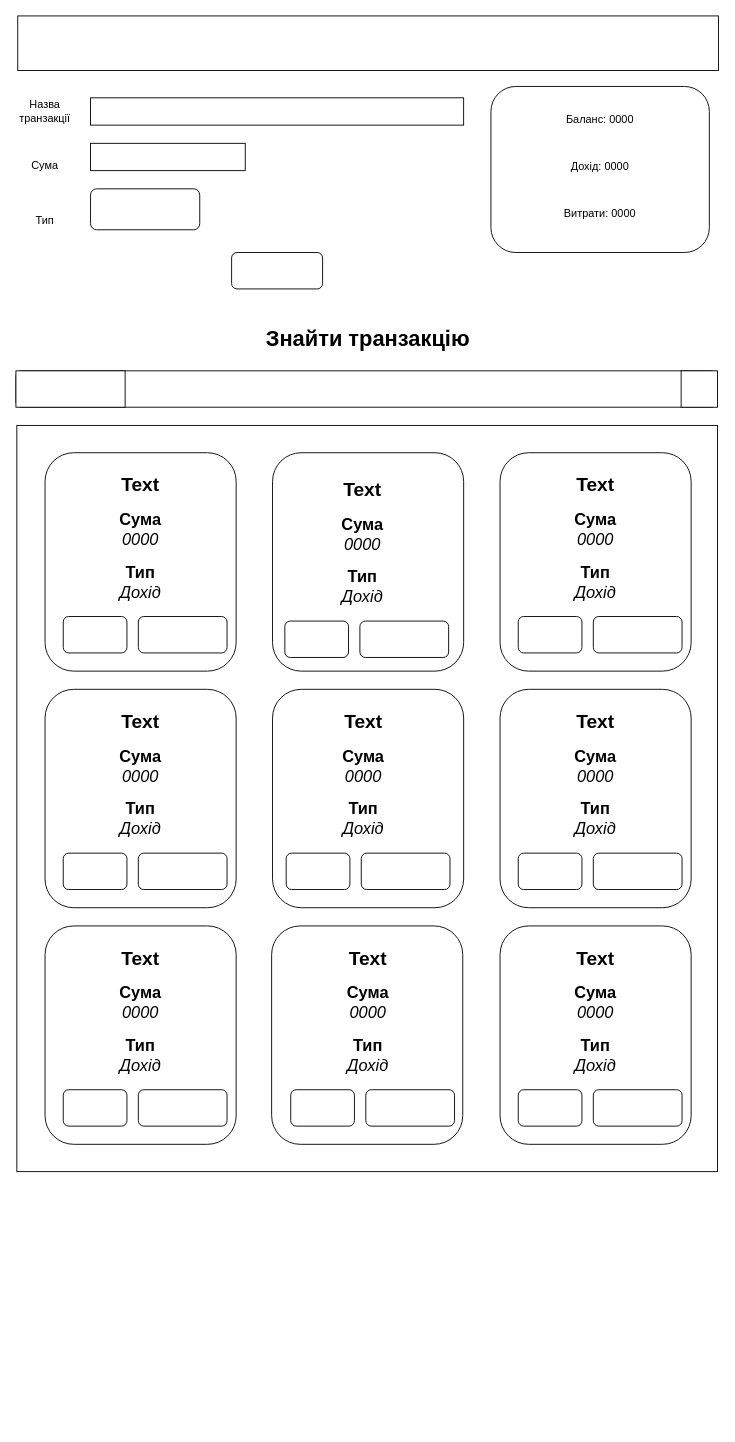
This is EasyCodeTestTask.drawio from UiMi17/EasyCode-Test-Task, a draw.io file, before an edit. Source tidied: cells renumbered, new cells numbered last; positions are measured from the earlier drawing's top-left corner, leaving out a move shared by most shapes. Both pictures are drawn from the tidied source at 91%, with x=0, y=0 at pixel (15, 15).
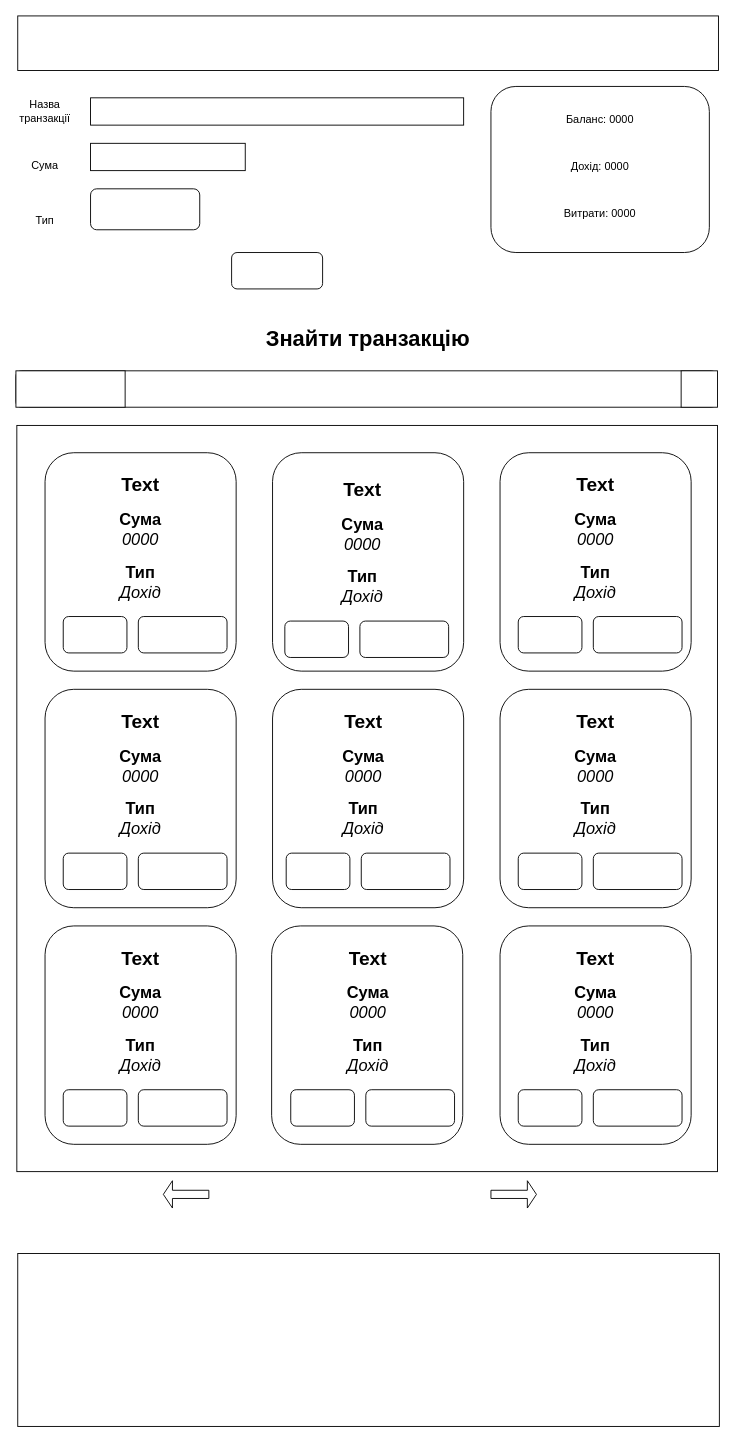
The same diagram, later.

Commit message:
ADDED: pagination arrows schema

Change to the diagram source:
```diff
@@
+    <mxCell id="86" style="rounded=0;whiteSpace=wrap;html=1;" parent="1" vertex="1">
+      <mxGeometry x="2" y="1360" width="771" height="190" as="geometry" />
+    </mxCell>
+    <mxCell id="87" style="shape=singleArrow;direction=west;whiteSpace=wrap;html=1;" parent="1" vertex="1">
+      <mxGeometry x="162" y="1280" width="50" height="30" as="geometry" />
+    </mxCell>
+    <mxCell id="88" style="shape=singleArrow;direction=west;whiteSpace=wrap;html=1;rotation=-180;" parent="1" vertex="1">
+      <mxGeometry x="522" y="1280" width="50" height="30" as="geometry" />
+    </mxCell>
```
